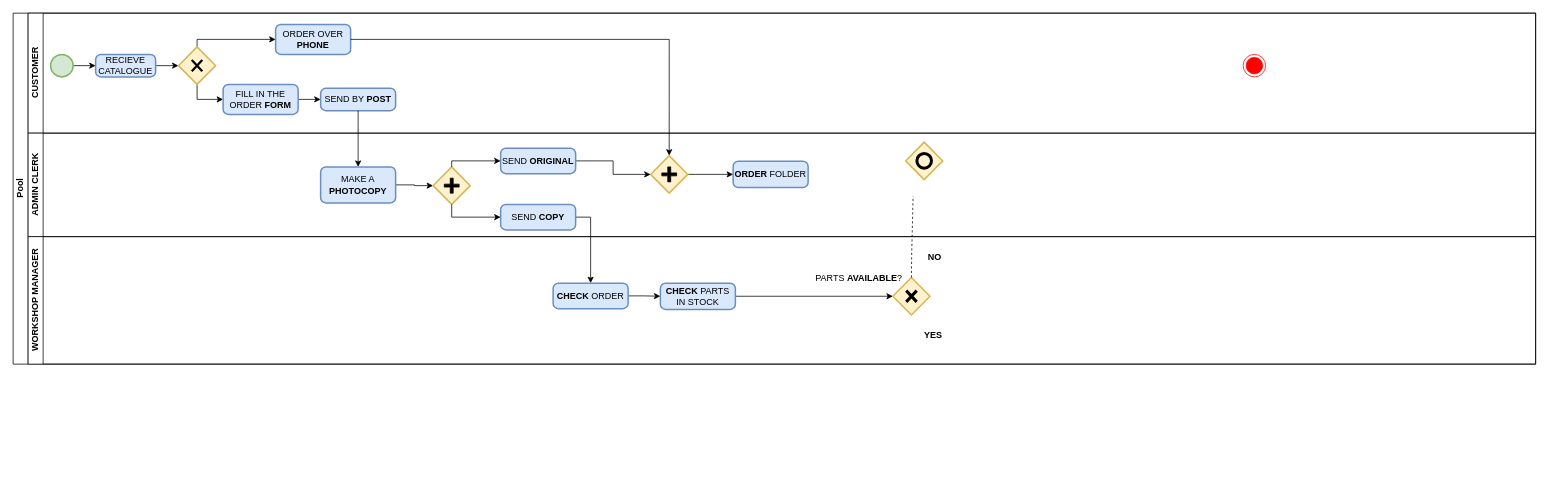
Above: Диаграмма без названия.drawio in MarsX-2002/bpmn (draw.io), before the change. Source tidied: cells renumbered, new cells numbered last; positions are measured from the earlier drawing's top-left corner, leaving out a move shared by most shapes. Both pictures are drawn from the tidied source at 75%, with x=0, y=0 at pixel (13, 13).
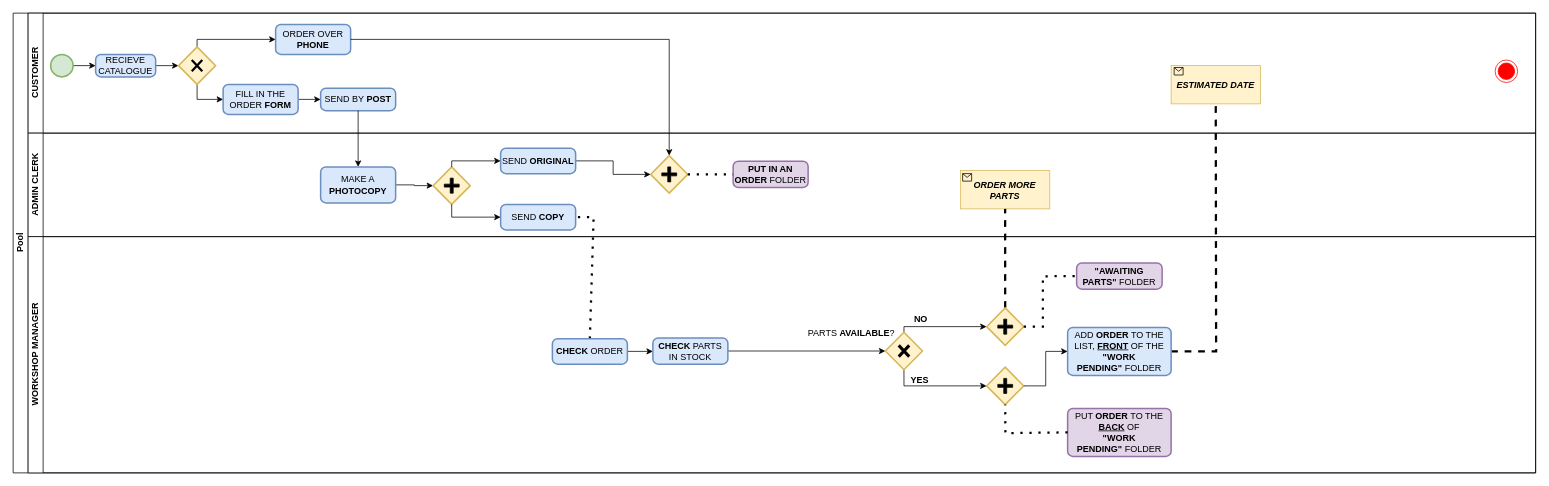
The same diagram, later.

The change refers to these unchanged cells:
```xml
<mxCell id="3" value="CUSTOMER" style="swimlane;startSize=20;horizontal=0;html=1;" parent="2" vertex="1">
  <mxGeometry x="20" width="2010" height="160" as="geometry" />
</mxCell>
<mxCell id="20" value="ADMIN CLERK" style="swimlane;startSize=20;horizontal=0;html=1;" parent="2" vertex="1">
  <mxGeometry x="20" y="160" width="2010" height="138" as="geometry" />
</mxCell>
<mxCell id="29" style="strokeWidth=2;html=1;shape=mxgraph.flowchart.decision;whiteSpace=wrap;fillColor=#fff2cc;strokeColor=#d6b656;" parent="28" vertex="1">
  <mxGeometry width="49.5" height="50" as="geometry" />
</mxCell>
<mxCell id="34" value="SEND &lt;b&gt;COPY&lt;/b&gt;" style="rounded=1;whiteSpace=wrap;html=1;absoluteArcSize=1;arcSize=14;strokeWidth=2;fillColor=#dae8fc;strokeColor=#6c8ebf;" parent="20" vertex="1">
  <mxGeometry x="630" y="95" width="100" height="34" as="geometry" />
</mxCell>
```

Change to the diagram source:
```diff
@@
     <mxCell id="2" value="Pool" style="swimlane;horizontal=0;startSize=20;html=1;" parent="1" vertex="1">
-      <mxGeometry width="2030" height="468" as="geometry" />
+      <mxGeometry width="2030" height="613" as="geometry" />
     </mxCell>
@@
     <mxCell id="4" style="ellipse;html=1;shape=endState;fillColor=#ff0000;strokeColor=#ff0000;" parent="3" vertex="1">
-      <mxGeometry x="1620" y="55" width="30" height="30" as="geometry" />
+      <mxGeometry x="1956" y="62.5" width="30" height="30" as="geometry" />
     </mxCell>
@@
+    <mxCell id="50" value="&lt;i&gt;&lt;b&gt;ESTIMATED DATE&lt;/b&gt;&lt;/i&gt;" style="rounded=0;whiteSpace=wrap;html=1;fillColor=#fff2cc;strokeColor=#d6b656;" parent="3" vertex="1">
+      <mxGeometry x="1524" y="70" width="119" height="51" as="geometry" />
+    </mxCell>
+    <mxCell id="51" style="shape=message;html=1;html=1;labelPosition=center;verticalLabelPosition=bottom;align=center;verticalAlign=top;fillColor=none;" parent="3" vertex="1">
+      <mxGeometry x="1528" y="72.5" width="12" height="10" as="geometry" />
+    </mxCell>
@@
-    <mxCell id="19" style="edgeStyle=orthogonalEdgeStyle;rounded=0;jettySize=auto;html=1;exitX=1;exitY=0.5;exitDx=0;exitDy=0;entryX=0.5;entryY=0;entryDx=0;entryDy=0;" parent="2" edge="1" source="34" target="41">
-      <mxGeometry relative="1" as="geometry" />
-    </mxCell>
@@
-    <mxCell id="26" value="&lt;b&gt;ORDER&lt;/b&gt; FOLDER" style="rounded=1;whiteSpace=wrap;html=1;absoluteArcSize=1;arcSize=14;strokeWidth=2;fillColor=#dae8fc;strokeColor=#6c8ebf;" parent="20" vertex="1">
+    <mxCell id="26" value="&lt;b&gt;PUT IN AN ORDER&lt;/b&gt; FOLDER" style="rounded=1;whiteSpace=wrap;html=1;absoluteArcSize=1;arcSize=14;strokeWidth=2;fillColor=#e1d5e7;strokeColor=#9673a6;" parent="20" vertex="1">
       <mxGeometry x="940" y="37.5" width="100" height="35" as="geometry" />
     </mxCell>
-    <mxCell id="27" style="edgeStyle=orthogonalEdgeStyle;rounded=0;jettySize=auto;html=1;exitX=1;exitY=0.5;exitDx=0;exitDy=0;exitPerimeter=0;entryX=0;entryY=0.5;entryDx=0;entryDy=0;" parent="20" edge="1" source="29" target="26">
-      <mxGeometry relative="1" as="geometry" />
-    </mxCell>
@@
-    <mxCell id="36" style="group;" parent="20" vertex="1">
-      <mxGeometry x="1170" y="12" width="49.5" height="50" as="geometry" />
-    </mxCell>
-    <mxCell id="37" style="strokeWidth=2;html=1;shape=mxgraph.flowchart.decision;whiteSpace=wrap;fillColor=#fff2cc;strokeColor=#d6b656;" parent="36" vertex="1">
-      <mxGeometry width="49.5" height="50" as="geometry" />
-    </mxCell>
-    <mxCell id="38" style="ellipse;whiteSpace=wrap;html=1;strokeWidth=4;gradientColor=default;fillColor=none;" parent="36" vertex="1">
-      <mxGeometry x="15" y="15.2" width="19.5" height="19.5" as="geometry" />
-    </mxCell>
+    <mxCell id="52" value="&lt;i&gt;&lt;b&gt;ORDER MORE PARTS&lt;/b&gt;&lt;/i&gt;" style="rounded=0;whiteSpace=wrap;html=1;fillColor=#fff2cc;strokeColor=#d6b656;" parent="20" vertex="1">
+      <mxGeometry x="1243.2" y="50" width="119" height="51" as="geometry" />
+    </mxCell>
+    <mxCell id="27" style="endArrow=none;dashed=1;html=1;dashPattern=1 3;strokeWidth=3;rounded=0;exitX=1;exitY=0.5;exitDx=0;exitDy=0;exitPerimeter=0;entryX=0;entryY=0.5;entryDx=0;entryDy=0;" parent="20" edge="1" source="29" target="26">
+      <mxGeometry relative="1" as="geometry" />
+    </mxCell>
+    <mxCell id="53" style="shape=message;html=1;html=1;labelPosition=center;verticalLabelPosition=bottom;align=center;verticalAlign=top;fillColor=none;" parent="20" vertex="1">
+      <mxGeometry x="1246" y="54" width="12" height="10" as="geometry" />
+    </mxCell>
+    <mxCell id="54" style="endArrow=none;dashed=1;html=1;rounded=0;exitX=0.5;exitY=0;exitDx=0;exitDy=0;exitPerimeter=0;entryX=0.5;entryY=1;entryDx=0;entryDy=0;strokeWidth=3;" parent="2" edge="1" source="60" target="52">
+      <mxGeometry relative="1" as="geometry" />
+    </mxCell>
+    <mxCell id="55" style="endArrow=none;dashed=1;html=1;dashPattern=1 3;strokeWidth=3;rounded=0;exitX=0.5;exitY=0;exitDx=0;exitDy=0;entryX=1;entryY=0.5;entryDx=0;entryDy=0;" parent="2" edge="1" source="41" target="34">
+      <mxGeometry relative="1" as="geometry">
+        <Array as="points">
+          <mxPoint x="774" y="272" />
+        </Array>
+      </mxGeometry>
+    </mxCell>
+    <mxCell id="56" style="endArrow=none;dashed=1;html=1;rounded=0;exitX=1;exitY=0.5;exitDx=0;exitDy=0;entryX=0.5;entryY=1;entryDx=0;entryDy=0;strokeWidth=3;" parent="2" edge="1" source="67" target="50">
+      <mxGeometry relative="1" as="geometry">
+        <Array as="points">
+          <mxPoint x="1604" y="451" />
+        </Array>
+      </mxGeometry>
+    </mxCell>
     <mxCell id="39" value="WORKSHOP MANAGER" style="swimlane;startSize=20;horizontal=0;html=1;" parent="2" vertex="1">
-      <mxGeometry x="20" y="298" width="2010" height="170" as="geometry" />
+      <mxGeometry x="20" y="298" width="2010" height="315" as="geometry" />
     </mxCell>
@@
     <mxCell id="41" value="&lt;b&gt;CHECK&lt;/b&gt; ORDER" style="rounded=1;whiteSpace=wrap;html=1;absoluteArcSize=1;arcSize=14;strokeWidth=2;fillColor=#dae8fc;strokeColor=#6c8ebf;" parent="39" vertex="1">
-      <mxGeometry x="700" y="62" width="100" height="34" as="geometry" />
+      <mxGeometry x="699" y="136" width="100" height="34" as="geometry" />
     </mxCell>
@@
     <mxCell id="43" value="&lt;b&gt;CHECK &lt;/b&gt;PARTS IN STOCK" style="rounded=1;whiteSpace=wrap;html=1;absoluteArcSize=1;arcSize=14;strokeWidth=2;fillColor=#dae8fc;strokeColor=#6c8ebf;" parent="39" vertex="1">
-      <mxGeometry x="843" y="62" width="100" height="35" as="geometry" />
+      <mxGeometry x="833" y="135" width="100" height="35" as="geometry" />
     </mxCell>
+    <mxCell id="57" style="edgeStyle=orthogonalEdgeStyle;rounded=0;jettySize=auto;html=1;exitX=0.5;exitY=0;exitDx=0;exitDy=0;exitPerimeter=0;entryX=0;entryY=0.5;entryDx=0;entryDy=0;entryPerimeter=0;" parent="39" edge="1" source="44" target="60">
+      <mxGeometry relative="1" as="geometry">
+        <Array as="points">
+          <mxPoint x="1168" y="120" />
+        </Array>
+      </mxGeometry>
+    </mxCell>
+    <mxCell id="58" style="edgeStyle=orthogonalEdgeStyle;rounded=0;jettySize=auto;html=1;exitX=0.5;exitY=1;exitDx=0;exitDy=0;exitPerimeter=0;entryX=0;entryY=0.5;entryDx=0;entryDy=0;entryPerimeter=0;" parent="39" edge="1" source="44" target="64">
+      <mxGeometry relative="1" as="geometry" />
+    </mxCell>
     <mxCell id="44" style="strokeWidth=2;html=1;shape=mxgraph.flowchart.decision;whiteSpace=wrap;fillColor=#fff2cc;strokeColor=#d6b656;" parent="39" vertex="1">
-      <mxGeometry x="1153" y="54.5" width="49.5" height="50" as="geometry" />
+      <mxGeometry x="1143" y="127.5" width="49.5" height="50" as="geometry" />
     </mxCell>
     <mxCell id="45" style="shape=umlDestroy;whiteSpace=wrap;html=1;strokeWidth=4;targetShapes=umlLifeline;" parent="39" vertex="1">
-      <mxGeometry x="1170.8" y="72" width="14" height="15" as="geometry" />
+      <mxGeometry x="1160.8" y="145" width="14" height="15" as="geometry" />
     </mxCell>
     <mxCell id="46" value="PARTS &lt;b&gt;AVAILABLE&lt;/b&gt;?" style="text;whiteSpace=wrap;html=1;" parent="39" vertex="1">
-      <mxGeometry x="1048" y="42" width="119" height="36" as="geometry" />
+      <mxGeometry x="1038" y="115" width="119" height="36" as="geometry" />
     </mxCell>
+    <mxCell id="48" value="&lt;b&gt;YES&lt;/b&gt;" style="text;whiteSpace=wrap;html=1;" parent="39" vertex="1">
+      <mxGeometry x="1174.7" y="177.5" width="91" height="36" as="geometry" />
+    </mxCell>
-    <mxCell id="47" value="&lt;b&gt;NO&lt;/b&gt;" style="text;whiteSpace=wrap;html=1;" parent="39" vertex="1">
-      <mxGeometry x="1198" y="13" width="91" height="36" as="geometry" />
+    <mxCell id="47" value="&lt;b&gt;NO&lt;/b&gt;" style="text;html=1;strokeColor=none;fillColor=none;align=center;verticalAlign=middle;whiteSpace=wrap;rounded=0;" parent="39" vertex="1">
+      <mxGeometry x="1174.8" y="99" width="31" height="21" as="geometry" />
     </mxCell>
-    <mxCell id="48" value="&lt;b&gt;YES&lt;/b&gt;" style="text;whiteSpace=wrap;html=1;" parent="39" vertex="1">
-      <mxGeometry x="1193" y="118" width="91" height="36" as="geometry" />
-    </mxCell>
-    <mxCell id="49" style="endArrow=none;dashed=1;html=1;rounded=0;exitX=0.5;exitY=0;exitDx=0;exitDy=0;exitPerimeter=0;" parent="39" edge="1" source="44">
-      <mxGeometry relative="1" as="geometry">
-        <mxPoint x="1180" y="-54" as="targetPoint" />
-        <Array as="points">
-          <mxPoint x="1178" y="27" />
-        </Array>
-      </mxGeometry>
-    </mxCell>
+    <mxCell id="59" style="group;" parent="39" vertex="1">
+      <mxGeometry x="1278" y="95" width="49.5" height="50" as="geometry" />
+    </mxCell>
+    <mxCell id="60" style="strokeWidth=2;html=1;shape=mxgraph.flowchart.decision;whiteSpace=wrap;fillColor=#fff2cc;strokeColor=#d6b656;" parent="59" vertex="1">
+      <mxGeometry width="49.5" height="50" as="geometry" />
+    </mxCell>
+    <mxCell id="61" style="shape=cross;whiteSpace=wrap;html=1;fillColor=#000000;" parent="59" vertex="1">
+      <mxGeometry x="14.9" y="15" width="19.8" height="20" as="geometry" />
+    </mxCell>
+    <mxCell id="62" value="&lt;b&gt;&quot;AWAITING PARTS&quot;&lt;/b&gt; FOLDER" style="rounded=1;whiteSpace=wrap;html=1;absoluteArcSize=1;arcSize=14;strokeWidth=2;fillColor=#e1d5e7;strokeColor=#9673a6;" parent="39" vertex="1">
+      <mxGeometry x="1398" y="35" width="114" height="35" as="geometry" />
+    </mxCell>
+    <mxCell id="63" style="group;" parent="39" vertex="1">
+      <mxGeometry x="1278" y="174" width="49.5" height="50" as="geometry" />
+    </mxCell>
+    <mxCell id="64" style="strokeWidth=2;html=1;shape=mxgraph.flowchart.decision;whiteSpace=wrap;fillColor=#fff2cc;strokeColor=#d6b656;" parent="63" vertex="1">
+      <mxGeometry width="49.5" height="50" as="geometry" />
+    </mxCell>
+    <mxCell id="65" style="shape=cross;whiteSpace=wrap;html=1;fillColor=#000000;" parent="63" vertex="1">
+      <mxGeometry x="14.9" y="15" width="19.8" height="20" as="geometry" />
+    </mxCell>
+    <mxCell id="66" value="PUT &lt;b&gt;ORDER&lt;/b&gt;&amp;nbsp;TO THE &lt;b&gt;&lt;u&gt;BACK&lt;/u&gt;&lt;/b&gt; OF&lt;br&gt;&lt;b&gt;&quot;WORK PENDING&quot;&lt;/b&gt;&amp;nbsp;FOLDER" style="rounded=1;whiteSpace=wrap;html=1;absoluteArcSize=1;arcSize=14;strokeWidth=2;fillColor=#e1d5e7;strokeColor=#9673a6;" parent="39" vertex="1">
+      <mxGeometry x="1386" y="229" width="138" height="64" as="geometry" />
+    </mxCell>
+    <mxCell id="67" value="ADD&amp;nbsp;&lt;b&gt;ORDER&lt;/b&gt;&amp;nbsp;TO THE LIST,&amp;nbsp;&lt;b&gt;&lt;u&gt;FRONT&lt;/u&gt;&lt;/b&gt;&amp;nbsp;OF THE&lt;br&gt;&lt;b&gt;&quot;WORK PENDING&quot;&lt;/b&gt;&amp;nbsp;FOLDER" style="rounded=1;whiteSpace=wrap;html=1;absoluteArcSize=1;arcSize=14;strokeWidth=2;fillColor=#dae8fc;strokeColor=#6c8ebf;" parent="39" vertex="1">
+      <mxGeometry x="1386" y="121" width="138" height="64" as="geometry" />
+    </mxCell>
+    <mxCell id="68" style="edgeStyle=orthogonalEdgeStyle;rounded=0;jettySize=auto;html=1;exitX=1;exitY=0.5;exitDx=0;exitDy=0;exitPerimeter=0;entryX=0;entryY=0.5;entryDx=0;entryDy=0;" parent="39" edge="1" source="64" target="67">
+      <mxGeometry relative="1" as="geometry" />
+    </mxCell>
+    <mxCell id="69" style="endArrow=none;dashed=1;html=1;dashPattern=1 3;strokeWidth=3;rounded=0;entryX=0.5;entryY=1;entryDx=0;entryDy=0;entryPerimeter=0;exitX=0;exitY=0.5;exitDx=0;exitDy=0;" parent="39" edge="1" source="66" target="64">
+      <mxGeometry relative="1" as="geometry">
+        <Array as="points">
+          <mxPoint x="1303" y="262" />
+        </Array>
+      </mxGeometry>
+    </mxCell>
+    <mxCell id="70" style="endArrow=none;dashed=1;html=1;dashPattern=1 3;strokeWidth=3;rounded=0;exitX=1;exitY=0.5;exitDx=0;exitDy=0;exitPerimeter=0;entryX=0;entryY=0.5;entryDx=0;entryDy=0;" parent="39" edge="1" source="60" target="62">
+      <mxGeometry relative="1" as="geometry">
+        <Array as="points">
+          <mxPoint x="1353" y="120" />
+          <mxPoint x="1353" y="53" />
+        </Array>
+      </mxGeometry>
+    </mxCell>
```
